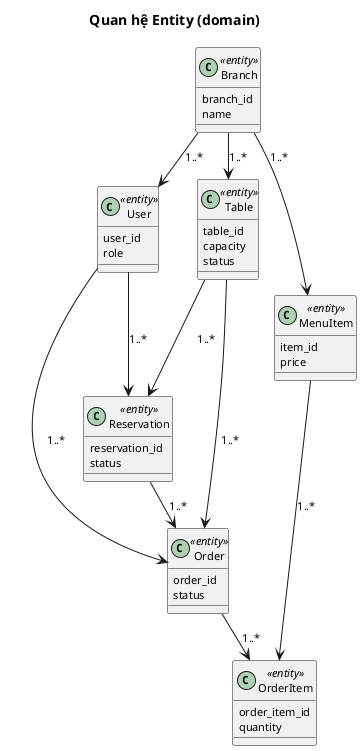
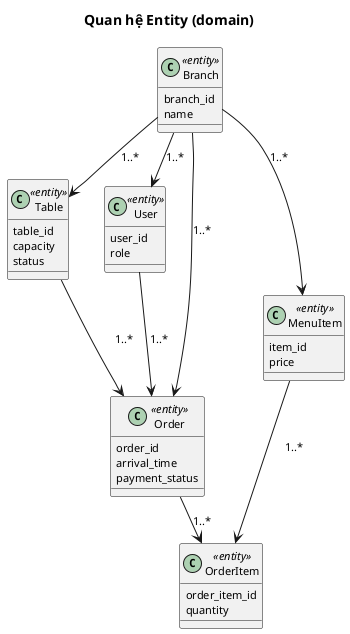
@startuml class-diagram-domain-entity
- ' Biểu đồ quan hệ entity — tách riêng để tránh rối
+ ' Quan hệ entity — 6 bảng lõi (không reservations)
skinparam defaultFontSize 11
skinparam classAttributeIconSize 0
skinparam shadowing false
skinparam nodesep 35
skinparam ranksep 30
top to bottom direction

title Quan hệ Entity (domain)

class Branch <<entity>> {
  branch_id
  name
}

class User <<entity>> {
  user_id
  role
}

class Table <<entity>> {
  table_id
  capacity
  status
}

class MenuItem <<entity>> {
  item_id
  price
}

- class Reservation <<entity>> {
-   reservation_id
-   status
- }
- 
class Order <<entity>> {
  order_id
-   status
+   arrival_time
+   payment_status
}

class OrderItem <<entity>> {
  order_item_id
  quantity
}

Branch -down-> User : 1..*
Branch -down-> Table : 1..*
Branch -down-> MenuItem : 1..*
+ Branch -down-> Order : 1..*

- User -down-> Reservation : 1..*
- Table -down-> Reservation : 1..*
- 
- Reservation -down-> Order : 1..*
User -down-> Order : 1..*
Table -down-> Order : 1..*

Order -down-> OrderItem : 1..*
MenuItem -down-> OrderItem : 1..*

@enduml
